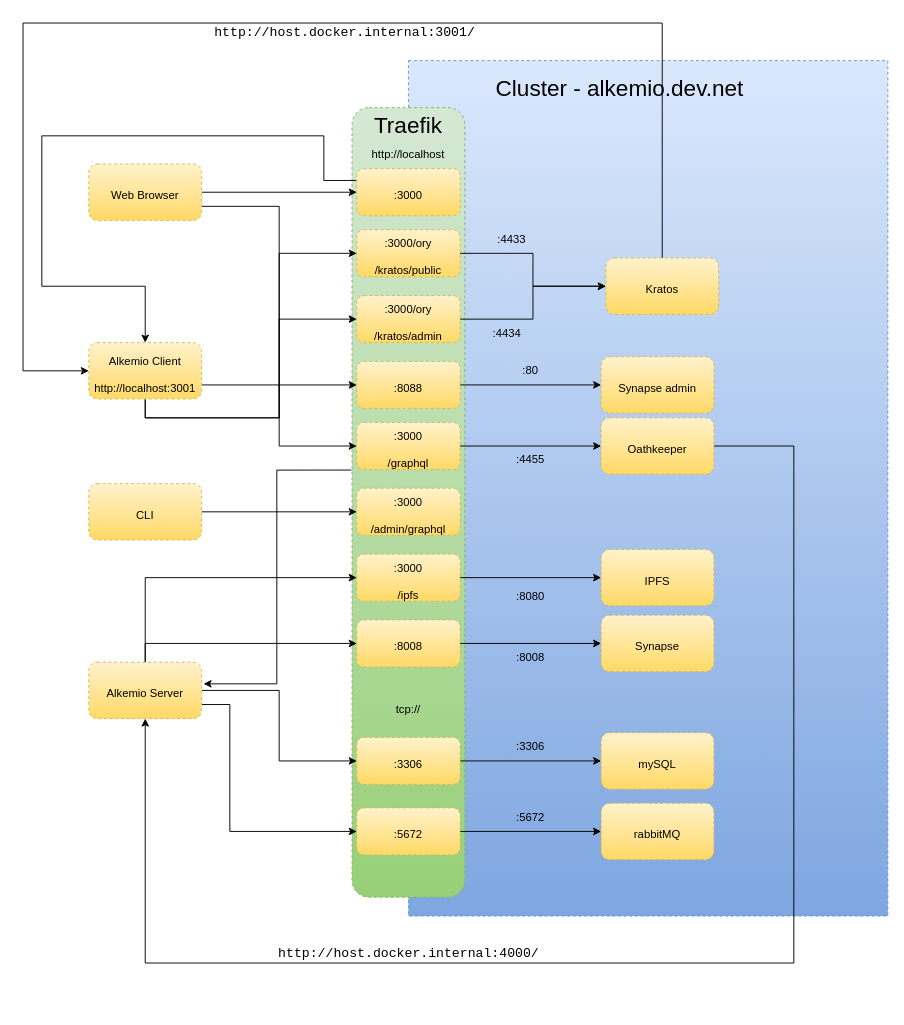
Before: docs/diagrams/alkemio-services-networking.drawio in alkem-io/server, a draw.io diagram. Source tidied: cells renumbered, new cells numbered last; positions are measured from the earlier drawing's top-left corner, leaving out a move shared by most shapes. Both pictures are drawn from the tidied source at 94%, with x=0, y=0 at pixel (23, 23).
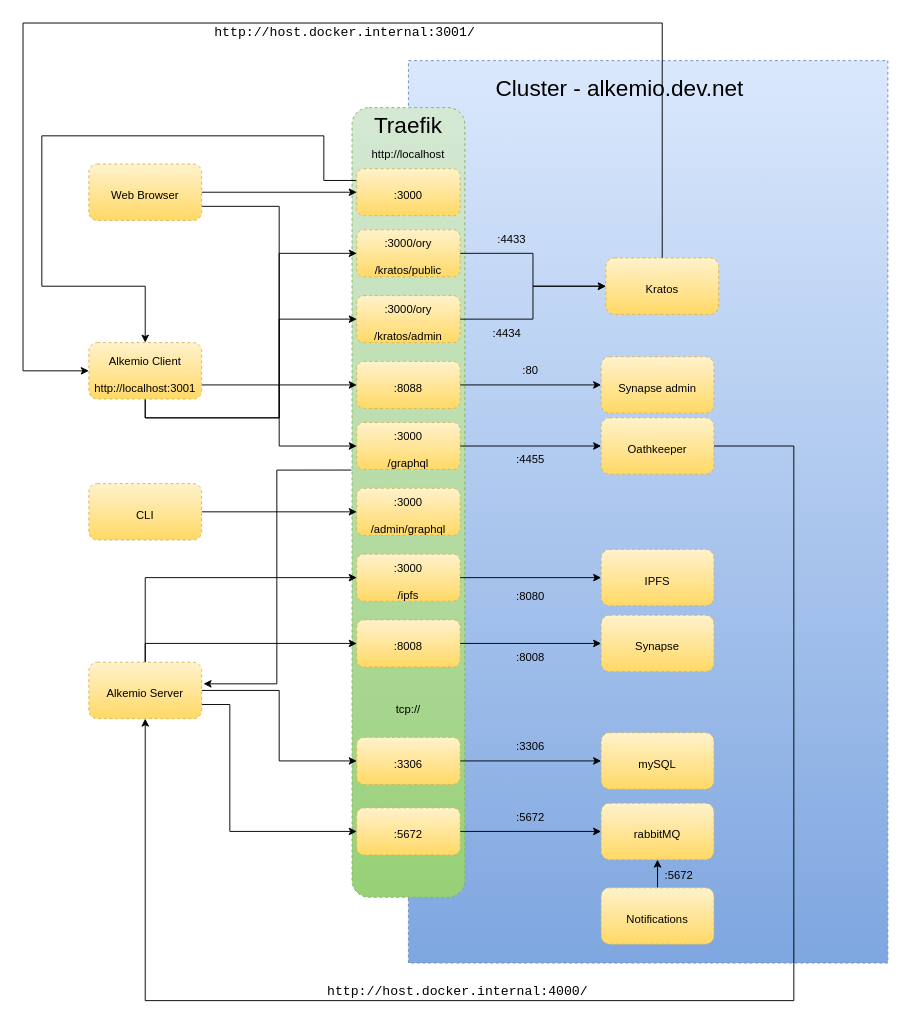
The same page after the edit.

Commit message (it also covers changes not shown here):
updated network diagram

Unchanged cells that the change refers to:
```xml
<mxCell id="26" value="&lt;font style=&quot;font-size: 12px&quot; color=&quot;#000000&quot;&gt;Alkemio Server&lt;br&gt;&lt;/font&gt;" style="rounded=1;whiteSpace=wrap;html=1;dashed=1;fontSize=24;gradientColor=#ffd966;fillColor=#fff2cc;strokeColor=#d6b656;" parent="1" vertex="1">
  <mxGeometry x="70" y="680" width="120" height="60" as="geometry" />
</mxCell>
<mxCell id="39" value="&lt;font style=&quot;font-size: 12px&quot; color=&quot;#000000&quot;&gt;rabbitMQ&lt;br&gt;&lt;/font&gt;" style="rounded=1;whiteSpace=wrap;html=1;dashed=1;fontSize=24;gradientColor=#ffd966;fillColor=#fff2cc;strokeColor=#d6b656;" parent="1" vertex="1">
  <mxGeometry x="615" y="830" width="120" height="60" as="geometry" />
</mxCell>
<mxCell id="52" value="&lt;font style=&quot;font-size: 12px&quot; color=&quot;#000000&quot;&gt;Oathkeeper&lt;br&gt;&lt;/font&gt;" style="rounded=1;whiteSpace=wrap;html=1;dashed=1;fontSize=24;gradientColor=#ffd966;fillColor=#fff2cc;strokeColor=#d6b656;" parent="50" vertex="1">
  <mxGeometry x="260" width="120" height="60" as="geometry" />
</mxCell>
```

Diff of the diagram source:
```diff
@@
     <mxCell id="2" style="rounded=0;whiteSpace=wrap;html=1;dashed=1;fillColor=#dae8fc;strokeColor=#6c8ebf;gradientColor=#7ea6e0;" parent="1" vertex="1">
-      <mxGeometry x="410" y="40" width="510" height="910" as="geometry" />
+      <mxGeometry x="410" y="40" width="510" height="960" as="geometry" />
     </mxCell>
@@
     <mxCell id="28" style="edgeStyle=orthogonalEdgeStyle;rounded=0;jettySize=auto;html=1;exitX=1;exitY=0.5;exitDx=0;exitDy=0;entryX=0.5;entryY=1;entryDx=0;entryDy=0;" parent="1" edge="1" source="52" target="26">
       <mxGeometry relative="1" as="geometry">
         <Array as="points">
           <mxPoint x="820" y="450" />
-          <mxPoint x="820" y="1000" />
-          <mxPoint x="130" y="1000" />
+          <mxPoint x="820" y="1040" />
+          <mxPoint x="130" y="1040" />
         </Array>
       </mxGeometry>
     </mxCell>
@@
     <mxCell id="34" value="&lt;div style=&quot;font-family: &amp;#34;droid sans mono&amp;#34; , monospace , monospace , &amp;#34;droid sans fallback&amp;#34; ; font-size: 14px ; line-height: 19px&quot;&gt;&lt;font color=&quot;#000000&quot;&gt;http://host.docker.internal:4000/&lt;/font&gt;&lt;/div&gt;" style="text;html=1;strokeColor=none;fillColor=none;align=center;verticalAlign=middle;whiteSpace=wrap;rounded=0;dashed=1;fontSize=12;fontColor=#FFFFFF;" parent="1" vertex="1">
-      <mxGeometry x="237.5" y="980" width="345" height="20" as="geometry" />
+      <mxGeometry x="290" y="1020" width="345" height="20" as="geometry" />
     </mxCell>
@@
+    <mxCell id="68" style="edgeStyle=orthogonalEdgeStyle;rounded=0;jettySize=auto;html=1;" parent="1" edge="1" source="69" target="39">
+      <mxGeometry relative="1" as="geometry" />
+    </mxCell>
+    <mxCell id="69" value="&lt;font style=&quot;font-size: 12px&quot; color=&quot;#000000&quot;&gt;Notifications&lt;br&gt;&lt;/font&gt;" style="rounded=1;whiteSpace=wrap;html=1;dashed=1;fontSize=24;gradientColor=#ffd966;fillColor=#fff2cc;strokeColor=#d6b656;" parent="1" vertex="1">
+      <mxGeometry x="615" y="920" width="120" height="60" as="geometry" />
+    </mxCell>
+    <mxCell id="70" value=":5672" style="text;html=1;strokeColor=none;fillColor=none;align=center;verticalAlign=middle;whiteSpace=wrap;rounded=0;" parent="1" vertex="1">
+      <mxGeometry x="678" y="897" width="40" height="20" as="geometry" />
+    </mxCell>
+    <mxCell id="71" style="edgeStyle=orthogonalEdgeStyle;rounded=0;orthogonalLoop=1;jettySize=auto;html=1;exitX=0.5;exitY=1;exitDx=0;exitDy=0;" parent="1" edge="1" source="70" target="70">
+      <mxGeometry relative="1" as="geometry" />
+    </mxCell>
```
